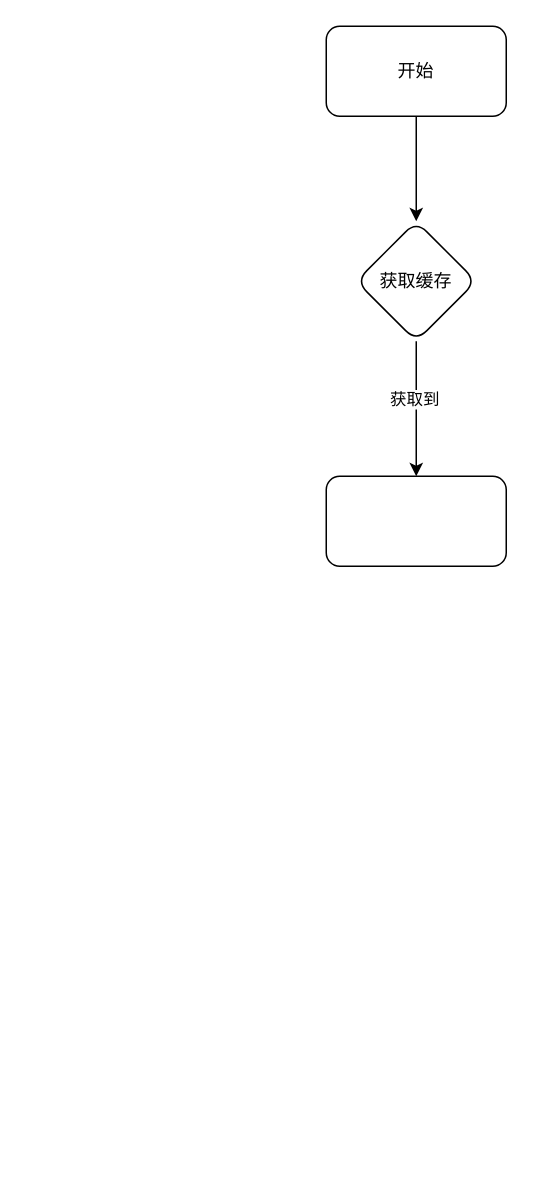
This is Untitled Diagram.drawio from linheimx/Husky, a draw.io file, before an edit. Source tidied: cells renumbered, new cells numbered last; positions are measured from the earlier drawing's top-left corner, leaving out a move shared by most shapes. Both pictures are drawn from the tidied source at 150%, with x=0, y=0 at pixel (326, 26).
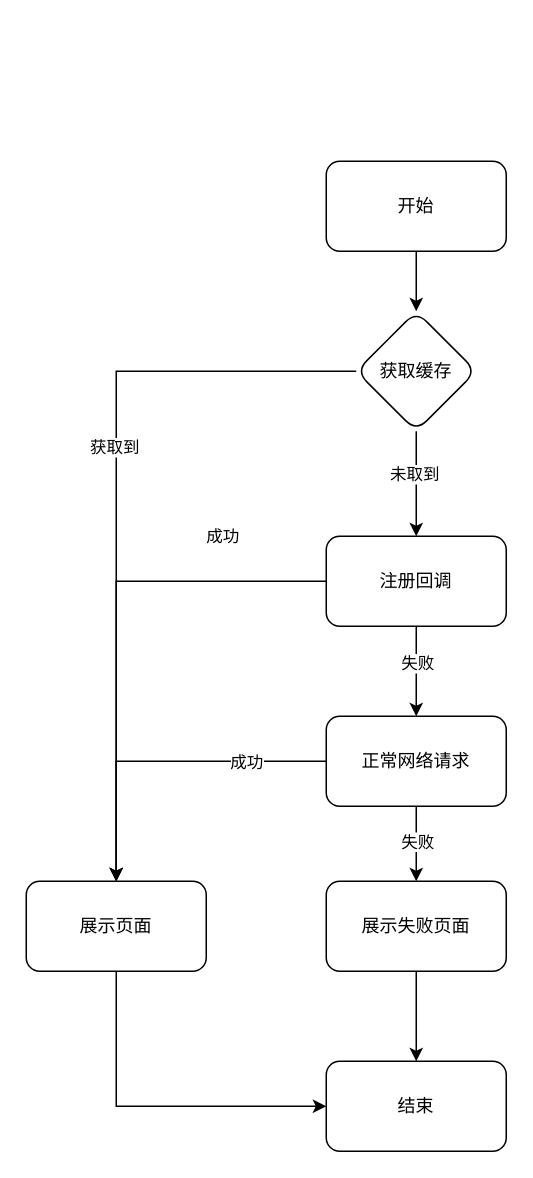
After the change.

The edit, as a diff of the source:
```diff
@@
     <mxCell id="3" value="开始" style="rounded=1;whiteSpace=wrap;html=1;" parent="1" vertex="1">
-      <mxGeometry width="120" height="60" as="geometry" />
+      <mxGeometry y="90" width="120" height="60" as="geometry" />
     </mxCell>
@@
+    <mxCell id="8" style="edgeStyle=orthogonalEdgeStyle;rounded=0;jettySize=auto;html=1;" parent="1" edge="1" source="6" target="15">
+      <mxGeometry relative="1" as="geometry" />
+    </mxCell>
+    <mxCell id="9" value="未取到" style="edgeLabel;html=1;align=center;verticalAlign=middle;" parent="8" vertex="1">
+      <mxGeometry x="-0.2" y="-2" relative="1" as="geometry" />
+    </mxCell>
     <mxCell id="6" value="获取缓存" style="rhombus;whiteSpace=wrap;html=1;rounded=1;" parent="1" vertex="1">
-      <mxGeometry x="20" y="130" width="80" height="80" as="geometry" />
+      <mxGeometry x="20" y="190" width="80" height="80" as="geometry" />
     </mxCell>
+    <mxCell id="10" style="edgeStyle=orthogonalEdgeStyle;rounded=0;jettySize=auto;html=1;entryX=0;entryY=0.5;entryDx=0;entryDy=0;" parent="1" edge="1" source="7" target="23">
+      <mxGeometry relative="1" as="geometry">
+        <Array as="points">
+          <mxPoint x="-140" y="720" />
+        </Array>
+      </mxGeometry>
+    </mxCell>
-    <mxCell id="7" style="whiteSpace=wrap;html=1;rounded=1;" parent="1" vertex="1">
-      <mxGeometry y="300" width="120" height="60" as="geometry" />
+    <mxCell id="7" value="展示页面" style="whiteSpace=wrap;html=1;rounded=1;" parent="1" vertex="1">
+      <mxGeometry x="-200" y="570" width="120" height="60" as="geometry" />
     </mxCell>
+    <mxCell id="11" style="edgeStyle=orthogonalEdgeStyle;rounded=0;jettySize=auto;html=1;entryX=0.5;entryY=0;entryDx=0;entryDy=0;" parent="1" edge="1" source="15" target="7">
+      <mxGeometry relative="1" as="geometry">
+        <Array as="points">
+          <mxPoint x="-140" y="370" />
+        </Array>
+      </mxGeometry>
+    </mxCell>
+    <mxCell id="12" value="成功" style="edgeLabel;html=1;align=center;verticalAlign=middle;" parent="11" vertex="1">
+      <mxGeometry x="-0.15" relative="1" as="geometry">
+        <mxPoint x="70" y="-36" as="offset" />
+      </mxGeometry>
+    </mxCell>
+    <mxCell id="13" style="edgeStyle=orthogonalEdgeStyle;rounded=0;jettySize=auto;html=1;" parent="1" edge="1" source="15" target="20">
+      <mxGeometry relative="1" as="geometry" />
+    </mxCell>
+    <mxCell id="14" value="失败" style="edgeLabel;html=1;align=center;verticalAlign=middle;" parent="13" vertex="1">
+      <mxGeometry x="-0.2" relative="1" as="geometry" />
+    </mxCell>
+    <mxCell id="15" value="注册回调" style="whiteSpace=wrap;html=1;rounded=1;" parent="1" vertex="1">
+      <mxGeometry y="340" width="120" height="60" as="geometry" />
+    </mxCell>
+    <mxCell id="16" style="edgeStyle=orthogonalEdgeStyle;rounded=0;jettySize=auto;html=1;" parent="1" edge="1" source="20" target="7">
+      <mxGeometry relative="1" as="geometry" />
+    </mxCell>
+    <mxCell id="17" value="成功" style="edgeLabel;html=1;align=center;verticalAlign=middle;" parent="16" vertex="1">
+      <mxGeometry x="0.07" y="-1" relative="1" as="geometry">
+        <mxPoint x="64" y="1" as="offset" />
+      </mxGeometry>
+    </mxCell>
+    <mxCell id="18" style="edgeStyle=orthogonalEdgeStyle;rounded=0;jettySize=auto;html=1;" parent="1" edge="1" source="20" target="22">
+      <mxGeometry relative="1" as="geometry" />
+    </mxCell>
+    <mxCell id="19" value="失败" style="edgeLabel;html=1;align=center;verticalAlign=middle;" parent="18" vertex="1">
+      <mxGeometry x="-0.07" relative="1" as="geometry" />
+    </mxCell>
+    <mxCell id="20" value="正常网络请求" style="whiteSpace=wrap;html=1;rounded=1;" parent="1" vertex="1">
+      <mxGeometry y="460" width="120" height="60" as="geometry" />
+    </mxCell>
+    <mxCell id="21" style="edgeStyle=orthogonalEdgeStyle;rounded=0;jettySize=auto;html=1;" parent="1" edge="1" source="22" target="23">
+      <mxGeometry relative="1" as="geometry" />
+    </mxCell>
+    <mxCell id="22" value="展示失败页面" style="whiteSpace=wrap;html=1;rounded=1;" parent="1" vertex="1">
+      <mxGeometry y="570" width="120" height="60" as="geometry" />
+    </mxCell>
+    <mxCell id="23" value="结束" style="whiteSpace=wrap;html=1;rounded=1;" parent="1" vertex="1">
+      <mxGeometry y="690" width="120" height="60" as="geometry" />
+    </mxCell>
```
